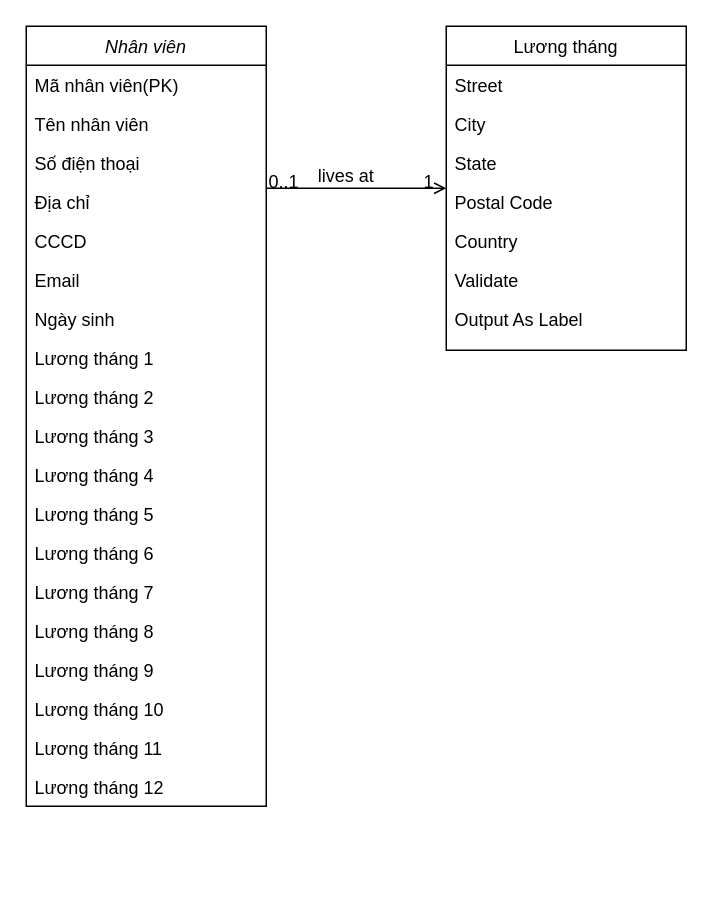
Before: ThueTNCN.drawio in Black-Cloud-2301/diagram, a draw.io diagram. Source tidied: cells renumbered, new cells numbered last; positions are measured from the earlier drawing's top-left corner, leaving out a move shared by most shapes. Both pictures are drawn from the tidied source at 150%, with x=0, y=0 at pixel (26, 26).
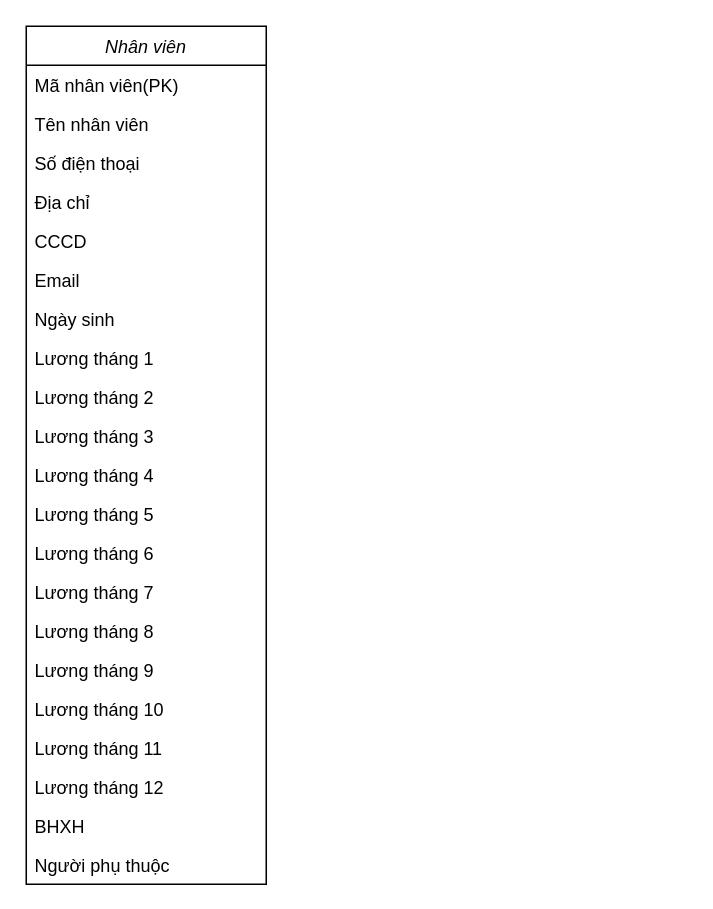
After the change.

Change to the diagram source:
```diff
@@
     <mxCell id="2" value="Nhân viên" style="swimlane;fontStyle=2;align=center;verticalAlign=top;horizontal=1;startSize=26;rounded=0;shadow=0;strokeWidth=1;" parent="1" vertex="1">
-      <mxGeometry width="160" height="520" as="geometry" />
+      <mxGeometry width="160" height="572" as="geometry" />
     </mxCell>
@@
-    <mxCell id="22" value="Lương tháng" style="swimlane;fontStyle=0;align=center;verticalAlign=top;horizontal=1;startSize=26;rounded=0;shadow=0;strokeWidth=1;" parent="1" vertex="1">
-      <mxGeometry x="280" width="160" height="216" as="geometry" />
-    </mxCell>
-    <mxCell id="23" value="Street" style="text;align=left;verticalAlign=top;spacingLeft=4;spacingRight=4;overflow=hidden;" parent="22" vertex="1">
-      <mxGeometry y="26" width="160" height="26" as="geometry" />
-    </mxCell>
-    <mxCell id="24" value="City" style="text;align=left;verticalAlign=top;spacingLeft=4;spacingRight=4;overflow=hidden;rounded=0;shadow=0;html=0;" parent="22" vertex="1">
-      <mxGeometry y="52" width="160" height="26" as="geometry" />
-    </mxCell>
-    <mxCell id="25" value="State" style="text;align=left;verticalAlign=top;spacingLeft=4;spacingRight=4;overflow=hidden;rounded=0;shadow=0;html=0;" parent="22" vertex="1">
-      <mxGeometry y="78" width="160" height="26" as="geometry" />
-    </mxCell>
-    <mxCell id="26" value="Postal Code" style="text;align=left;verticalAlign=top;spacingLeft=4;spacingRight=4;overflow=hidden;rounded=0;shadow=0;html=0;" parent="22" vertex="1">
-      <mxGeometry y="104" width="160" height="26" as="geometry" />
-    </mxCell>
-    <mxCell id="27" value="Country" style="text;align=left;verticalAlign=top;spacingLeft=4;spacingRight=4;overflow=hidden;rounded=0;shadow=0;html=0;" parent="22" vertex="1">
-      <mxGeometry y="130" width="160" height="26" as="geometry" />
-    </mxCell>
-    <mxCell id="28" value="Validate" style="text;align=left;verticalAlign=top;spacingLeft=4;spacingRight=4;overflow=hidden;" parent="22" vertex="1">
-      <mxGeometry y="156" width="160" height="26" as="geometry" />
-    </mxCell>
-    <mxCell id="29" value="Output As Label" style="text;align=left;verticalAlign=top;spacingLeft=4;spacingRight=4;overflow=hidden;" parent="22" vertex="1">
-      <mxGeometry y="182" width="160" height="26" as="geometry" />
-    </mxCell>
-    <mxCell id="30" style="endArrow=open;shadow=0;strokeWidth=1;rounded=0;endFill=1;edgeStyle=elbowEdgeStyle;elbow=vertical;" parent="1" edge="1" source="2" target="22">
-      <mxGeometry x="0.5" y="41" relative="1" as="geometry">
-        <mxPoint x="-40" y="32" as="offset" />
-      </mxGeometry>
-    </mxCell>
-    <mxCell id="31" value="0..1" style="align=left;verticalAlign=bottom;labelBackgroundColor=none;fontSize=12;" parent="30" vertex="1">
-      <mxGeometry x="-1" relative="1" as="geometry">
-        <mxPoint y="4" as="offset" />
-      </mxGeometry>
-    </mxCell>
-    <mxCell id="32" value="1" style="align=right;verticalAlign=bottom;labelBackgroundColor=none;fontSize=12;" parent="30" vertex="1">
-      <mxGeometry x="1" relative="1" as="geometry">
-        <mxPoint x="-7" y="4" as="offset" />
-      </mxGeometry>
-    </mxCell>
-    <mxCell id="33" value="lives at" style="text;html=1;align=center;verticalAlign=middle;labelBackgroundColor=none;rounded=0;shadow=0;strokeWidth=1;fontSize=12;" parent="30" vertex="1">
-      <mxGeometry x="0.5" y="49" relative="1" as="geometry">
-        <mxPoint x="-38" y="40" as="offset" />
-      </mxGeometry>
-    </mxCell>
+    <mxCell id="34" value="BHXH" style="text;align=left;verticalAlign=top;spacingLeft=4;spacingRight=4;overflow=hidden;" parent="2" vertex="1">
+      <mxGeometry y="520" width="160" height="26" as="geometry" />
+    </mxCell>
+    <mxCell id="35" value="Người phụ thuộc" style="text;align=left;verticalAlign=top;spacingLeft=4;spacingRight=4;overflow=hidden;" parent="2" vertex="1">
+      <mxGeometry y="546" width="160" height="26" as="geometry" />
+    </mxCell>
```
